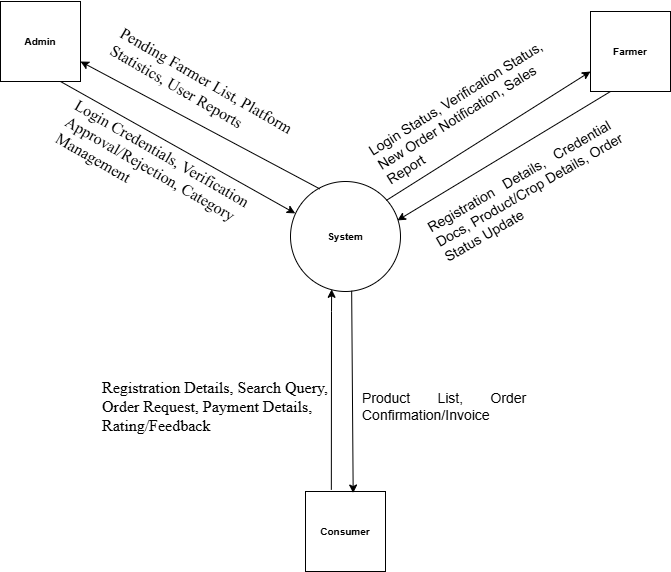
RmnRj/Farmo-Doc keeps this draw.io diagram as IMG/DFD_L0.png. Above is the earlier version. Source tidied: cells renumbered, new cells last; positions are measured from the earlier drawing's top-left corner, leaving out a move shared by most shapes. The source it was exported from:
```xml
<mxGraphModel>
  <root>
    <mxCell id="0" />
    <mxCell id="1" parent="0" />
    <mxCell id="2" value="&lt;font size=&quot;1&quot;&gt;&lt;b&gt;Admin&lt;/b&gt;&lt;/font&gt;" style="whiteSpace=wrap;html=1;" parent="1" vertex="1">
      <mxGeometry width="80" height="80" as="geometry" />
    </mxCell>
    <mxCell id="3" value="&lt;font size=&quot;1&quot;&gt;&lt;b&gt;Farmer&lt;/b&gt;&lt;/font&gt;" style="whiteSpace=wrap;html=1;" parent="1" vertex="1">
      <mxGeometry x="590" y="10" width="80" height="80" as="geometry" />
    </mxCell>
    <mxCell id="4" value="&lt;font size=&quot;1&quot;&gt;&lt;b&gt;Consumer&lt;/b&gt;&lt;/font&gt;" style="whiteSpace=wrap;html=1;" parent="1" vertex="1">
      <mxGeometry x="305" y="490" width="80" height="80" as="geometry" />
    </mxCell>
    <mxCell id="5" value="&lt;font size=&quot;1&quot;&gt;&lt;b&gt;System&lt;/b&gt;&lt;/font&gt;" style="ellipse;whiteSpace=wrap;html=1;" parent="1" vertex="1">
      <mxGeometry x="290" y="180" width="110" height="110" as="geometry" />
    </mxCell>
    <mxCell id="6" style="endArrow=classic;html=1;rounded=0;exitX=0.75;exitY=1;exitDx=0;exitDy=0;entryX=0.043;entryY=0.29;entryDx=0;entryDy=0;entryPerimeter=0;" parent="1" edge="1" source="2" target="5">
      <mxGeometry relative="1" as="geometry" />
    </mxCell>
    <mxCell id="7" style="endArrow=classic;html=1;rounded=0;entryX=1;entryY=0.75;entryDx=0;entryDy=0;exitX=0.266;exitY=0.067;exitDx=0;exitDy=0;exitPerimeter=0;" parent="1" edge="1" source="5" target="2">
      <mxGeometry relative="1" as="geometry" />
    </mxCell>
    <mxCell id="8" style="endArrow=classic;html=1;rounded=0;entryX=0;entryY=0.75;entryDx=0;entryDy=0;exitX=0.871;exitY=0.172;exitDx=0;exitDy=0;exitPerimeter=0;" parent="1" edge="1" source="5" target="3">
      <mxGeometry relative="1" as="geometry" />
    </mxCell>
    <mxCell id="9" style="endArrow=classic;html=1;rounded=0;entryX=0.972;entryY=0.354;entryDx=0;entryDy=0;exitX=0.25;exitY=1;exitDx=0;exitDy=0;entryPerimeter=0;" parent="1" edge="1" source="3" target="5">
      <mxGeometry relative="1" as="geometry" />
    </mxCell>
    <mxCell id="10" style="endArrow=classic;html=1;rounded=0;entryX=0.374;entryY=0.98;entryDx=0;entryDy=0;exitX=0.323;exitY=-0.022;exitDx=0;exitDy=0;entryPerimeter=0;exitPerimeter=0;" parent="1" edge="1" source="4" target="5">
      <mxGeometry relative="1" as="geometry">
        <Array as="points">
          <mxPoint x="331" y="310" />
        </Array>
      </mxGeometry>
    </mxCell>
    <mxCell id="11" style="endArrow=classic;html=1;rounded=0;entryX=0.596;entryY=0.019;entryDx=0;entryDy=0;entryPerimeter=0;exitX=0.556;exitY=0.993;exitDx=0;exitDy=0;exitPerimeter=0;" parent="1" edge="1" source="5" target="4">
      <mxGeometry relative="1" as="geometry" />
    </mxCell>
    <mxCell id="12" value="&lt;font style=&quot;font-size: 14px;&quot;&gt;Login Status, Verification Status, New Order Notification, Sales Report&lt;/font&gt;" style="text;html=1;whiteSpace=wrap;strokeColor=none;fillColor=none;align=left;verticalAlign=middle;rounded=0;rotation=-32;" parent="1" vertex="1">
      <mxGeometry x="360" y="60" width="230" height="90" as="geometry" />
    </mxCell>
    <mxCell id="13" value="&lt;font style=&quot;font-size: 14px;&quot;&gt;Registration&amp;nbsp; &amp;nbsp;Details,&amp;nbsp; &amp;nbsp;Credential Docs, Product/Crop Details, Order Status Update&lt;/font&gt;" style="text;html=1;whiteSpace=wrap;strokeColor=none;fillColor=none;align=left;verticalAlign=middle;rounded=0;rotation=-30;" parent="1" vertex="1">
      <mxGeometry x="420" y="140" width="230" height="90" as="geometry" />
    </mxCell>
    <mxCell id="14" value="&lt;p style=&quot;margin:0in;font-family:&amp;quot;Google Sans Text&amp;quot;;font-size:12.0pt&quot;&gt;Registration Details, Search Query, Order Request, Payment Details, Rating/Feedback&lt;/p&gt;" style="text;html=1;whiteSpace=wrap;strokeColor=none;fillColor=none;align=left;verticalAlign=middle;rounded=0;" parent="1" vertex="1">
      <mxGeometry x="100" y="360" width="230" height="90" as="geometry" />
    </mxCell>
    <mxCell id="15" value="&lt;font style=&quot;font-size: 14px;&quot;&gt;Product&amp;nbsp; &amp;nbsp; &amp;nbsp; &amp;nbsp;List,&amp;nbsp; &amp;nbsp; &amp;nbsp; &amp;nbsp;Order Confirmation/Invoice&lt;/font&gt;" style="text;html=1;whiteSpace=wrap;strokeColor=none;fillColor=none;align=left;verticalAlign=middle;rounded=0;rotation=0;" parent="1" vertex="1">
      <mxGeometry x="360" y="360" width="230" height="90" as="geometry" />
    </mxCell>
    <mxCell id="16" value="&lt;p style=&quot;margin:0in;font-family:&amp;quot;Google Sans Text&amp;quot;;font-size:12.0pt&quot;&gt;Pending Farmer List, Platform Statistics, User Reports&lt;/p&gt;" style="text;html=1;whiteSpace=wrap;strokeColor=none;fillColor=none;align=left;verticalAlign=middle;rounded=0;rotation=30;" parent="1" vertex="1">
      <mxGeometry x="100" y="50" width="230" height="90" as="geometry" />
    </mxCell>
    <mxCell id="17" value="&lt;p style=&quot;margin:0in;font-family:&amp;quot;Google Sans Text&amp;quot;;font-size:12.0pt&quot;&gt;Login Credentials, Verification Approval/Rejection, Category Management&lt;/p&gt;" style="text;html=1;whiteSpace=wrap;strokeColor=none;fillColor=none;align=left;verticalAlign=middle;rounded=0;rotation=30;" parent="1" vertex="1">
      <mxGeometry x="50" y="130" width="230" height="90" as="geometry" />
    </mxCell>
  </root>
</mxGraphModel>
```
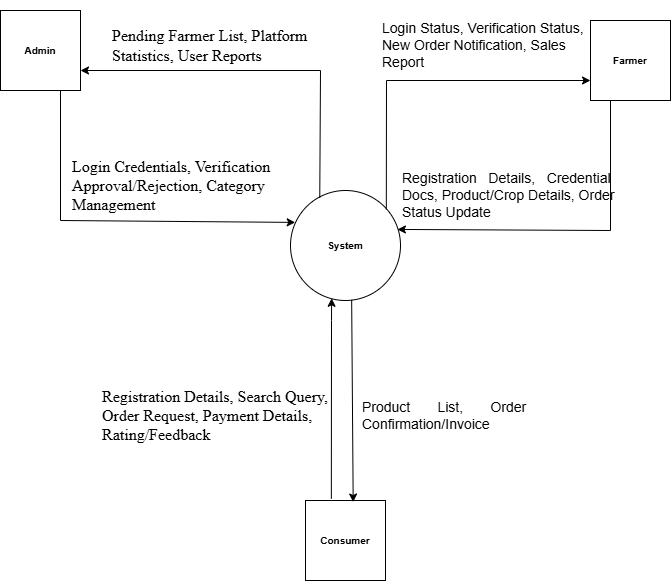
After the change.

Commit message:
Schema and DFD L0 updated

Diff of the diagram source:
```diff
@@ -15,16 +15,32 @@
       <mxGeometry x="290" y="180" width="110" height="110" as="geometry" />
     </mxCell>
     <mxCell id="6" style="endArrow=classic;html=1;rounded=0;exitX=0.75;exitY=1;exitDx=0;exitDy=0;entryX=0.043;entryY=0.29;entryDx=0;entryDy=0;entryPerimeter=0;" parent="1" edge="1" source="2" target="5">
-      <mxGeometry relative="1" as="geometry" />
+      <mxGeometry relative="1" as="geometry">
+        <Array as="points">
+          <mxPoint x="60" y="210" />
+        </Array>
+      </mxGeometry>
     </mxCell>
     <mxCell id="7" style="endArrow=classic;html=1;rounded=0;entryX=1;entryY=0.75;entryDx=0;entryDy=0;exitX=0.266;exitY=0.067;exitDx=0;exitDy=0;exitPerimeter=0;" parent="1" edge="1" source="5" target="2">
-      <mxGeometry relative="1" as="geometry" />
+      <mxGeometry relative="1" as="geometry">
+        <Array as="points">
+          <mxPoint x="320" y="60" />
+        </Array>
+      </mxGeometry>
     </mxCell>
     <mxCell id="8" style="endArrow=classic;html=1;rounded=0;entryX=0;entryY=0.75;entryDx=0;entryDy=0;exitX=0.871;exitY=0.172;exitDx=0;exitDy=0;exitPerimeter=0;" parent="1" edge="1" source="5" target="3">
-      <mxGeometry relative="1" as="geometry" />
+      <mxGeometry relative="1" as="geometry">
+        <Array as="points">
+          <mxPoint x="386" y="70" />
+        </Array>
+      </mxGeometry>
     </mxCell>
     <mxCell id="9" style="endArrow=classic;html=1;rounded=0;entryX=0.972;entryY=0.354;entryDx=0;entryDy=0;exitX=0.25;exitY=1;exitDx=0;exitDy=0;entryPerimeter=0;" parent="1" edge="1" source="3" target="5">
-      <mxGeometry relative="1" as="geometry" />
+      <mxGeometry relative="1" as="geometry">
+        <Array as="points">
+          <mxPoint x="610" y="220" />
+        </Array>
+      </mxGeometry>
     </mxCell>
     <mxCell id="10" style="endArrow=classic;html=1;rounded=0;entryX=0.374;entryY=0.98;entryDx=0;entryDy=0;exitX=0.323;exitY=-0.022;exitDx=0;exitDy=0;entryPerimeter=0;exitPerimeter=0;" parent="1" edge="1" source="4" target="5">
       <mxGeometry relative="1" as="geometry">
@@ -36,11 +52,11 @@
     <mxCell id="11" style="endArrow=classic;html=1;rounded=0;entryX=0.596;entryY=0.019;entryDx=0;entryDy=0;entryPerimeter=0;exitX=0.556;exitY=0.993;exitDx=0;exitDy=0;exitPerimeter=0;" parent="1" edge="1" source="5" target="4">
       <mxGeometry relative="1" as="geometry" />
     </mxCell>
-    <mxCell id="12" value="&lt;font style=&quot;font-size: 14px;&quot;&gt;Login Status, Verification Status, New Order Notification, Sales Report&lt;/font&gt;" style="text;html=1;whiteSpace=wrap;strokeColor=none;fillColor=none;align=left;verticalAlign=middle;rounded=0;rotation=-32;" parent="1" vertex="1">
-      <mxGeometry x="360" y="60" width="230" height="90" as="geometry" />
+    <mxCell id="12" value="&lt;font style=&quot;font-size: 14px;&quot;&gt;Login Status, Verification Status, New Order Notification, Sales Report&lt;/font&gt;" style="text;html=1;whiteSpace=wrap;strokeColor=none;fillColor=none;align=left;verticalAlign=middle;rounded=0;rotation=0;" parent="1" vertex="1">
+      <mxGeometry x="380" y="-10" width="230" height="90" as="geometry" />
     </mxCell>
-    <mxCell id="13" value="&lt;font style=&quot;font-size: 14px;&quot;&gt;Registration&amp;nbsp; &amp;nbsp;Details,&amp;nbsp; &amp;nbsp;Credential Docs, Product/Crop Details, Order Status Update&lt;/font&gt;" style="text;html=1;whiteSpace=wrap;strokeColor=none;fillColor=none;align=left;verticalAlign=middle;rounded=0;rotation=-30;" parent="1" vertex="1">
-      <mxGeometry x="420" y="140" width="230" height="90" as="geometry" />
+    <mxCell id="13" value="&lt;font style=&quot;font-size: 14px;&quot;&gt;Registration&amp;nbsp; &amp;nbsp;Details,&amp;nbsp; &amp;nbsp;Credential Docs, Product/Crop Details, Order Status Update&lt;/font&gt;" style="text;html=1;whiteSpace=wrap;strokeColor=none;fillColor=none;align=left;verticalAlign=middle;rounded=0;rotation=0;" parent="1" vertex="1">
+      <mxGeometry x="400" y="140" width="230" height="90" as="geometry" />
     </mxCell>
     <mxCell id="14" value="&lt;p style=&quot;margin:0in;font-family:&amp;quot;Google Sans Text&amp;quot;;font-size:12.0pt&quot;&gt;Registration Details, Search Query, Order Request, Payment Details, Rating/Feedback&lt;/p&gt;" style="text;html=1;whiteSpace=wrap;strokeColor=none;fillColor=none;align=left;verticalAlign=middle;rounded=0;" parent="1" vertex="1">
       <mxGeometry x="100" y="360" width="230" height="90" as="geometry" />
@@ -48,11 +64,11 @@
     <mxCell id="15" value="&lt;font style=&quot;font-size: 14px;&quot;&gt;Product&amp;nbsp; &amp;nbsp; &amp;nbsp; &amp;nbsp;List,&amp;nbsp; &amp;nbsp; &amp;nbsp; &amp;nbsp;Order Confirmation/Invoice&lt;/font&gt;" style="text;html=1;whiteSpace=wrap;strokeColor=none;fillColor=none;align=left;verticalAlign=middle;rounded=0;rotation=0;" parent="1" vertex="1">
       <mxGeometry x="360" y="360" width="230" height="90" as="geometry" />
     </mxCell>
-    <mxCell id="16" value="&lt;p style=&quot;margin:0in;font-family:&amp;quot;Google Sans Text&amp;quot;;font-size:12.0pt&quot;&gt;Pending Farmer List, Platform Statistics, User Reports&lt;/p&gt;" style="text;html=1;whiteSpace=wrap;strokeColor=none;fillColor=none;align=left;verticalAlign=middle;rounded=0;rotation=30;" parent="1" vertex="1">
-      <mxGeometry x="100" y="50" width="230" height="90" as="geometry" />
+    <mxCell id="16" value="&lt;p style=&quot;margin:0in;font-family:&amp;quot;Google Sans Text&amp;quot;;font-size:12.0pt&quot;&gt;Pending Farmer List, Platform Statistics, User Reports&lt;/p&gt;" style="text;html=1;whiteSpace=wrap;strokeColor=none;fillColor=none;align=left;verticalAlign=middle;rounded=0;rotation=0;" parent="1" vertex="1">
+      <mxGeometry x="110" y="-10" width="230" height="90" as="geometry" />
     </mxCell>
-    <mxCell id="17" value="&lt;p style=&quot;margin:0in;font-family:&amp;quot;Google Sans Text&amp;quot;;font-size:12.0pt&quot;&gt;Login Credentials, Verification Approval/Rejection, Category Management&lt;/p&gt;" style="text;html=1;whiteSpace=wrap;strokeColor=none;fillColor=none;align=left;verticalAlign=middle;rounded=0;rotation=30;" parent="1" vertex="1">
-      <mxGeometry x="50" y="130" width="230" height="90" as="geometry" />
+    <mxCell id="17" value="&lt;p style=&quot;margin:0in;font-family:&amp;quot;Google Sans Text&amp;quot;;font-size:12.0pt&quot;&gt;Login Credentials, Verification Approval/Rejection, Category Management&lt;/p&gt;" style="text;html=1;whiteSpace=wrap;strokeColor=none;fillColor=none;align=left;verticalAlign=middle;rounded=0;rotation=0;" parent="1" vertex="1">
+      <mxGeometry x="70" y="130" width="230" height="90" as="geometry" />
     </mxCell>
   </root>
 </mxGraphModel>
```
